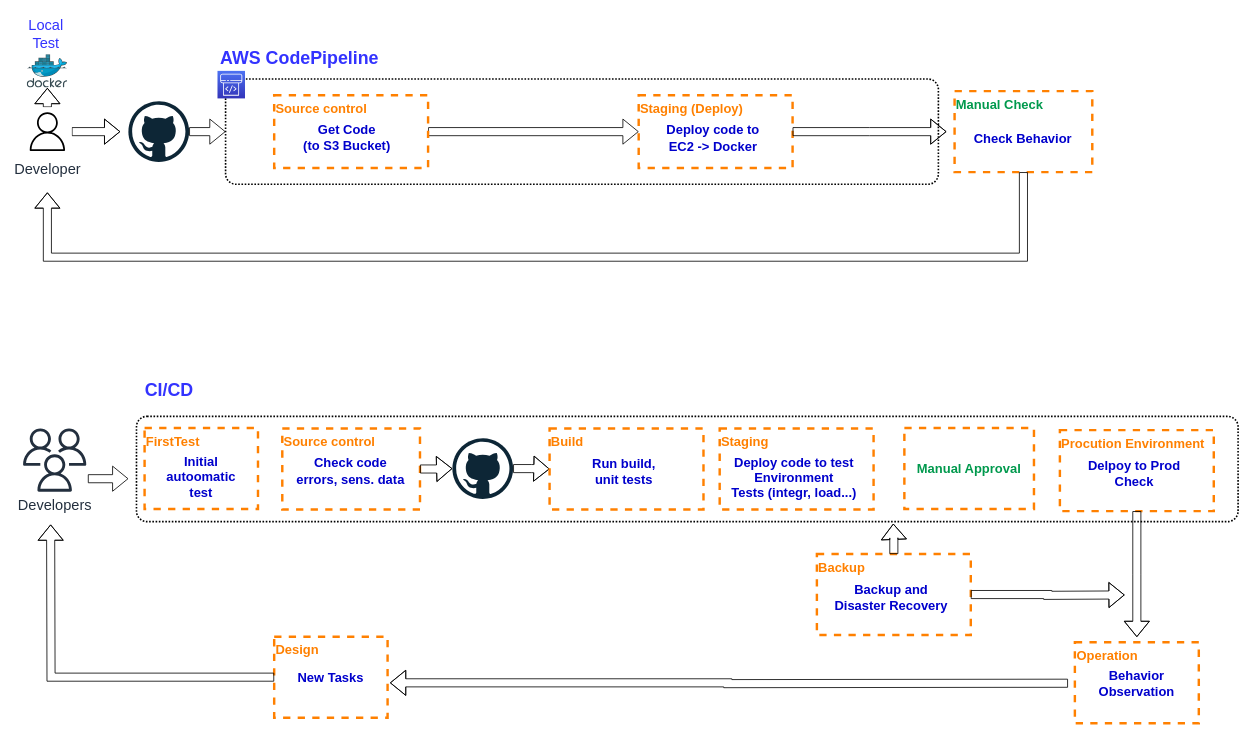
Earlier version of the draw.io diagram Schemes/Exam2 CI-CD.drawio (Vsevolod-Bro/Andersen-Exam). Source tidied: cells renumbered, new cells numbered last; positions are measured from the earlier drawing's top-left corner, leaving out a move shared by most shapes. Both pictures are drawn from the tidied source at 81%, with x=0, y=0 at pixel (21, 14).
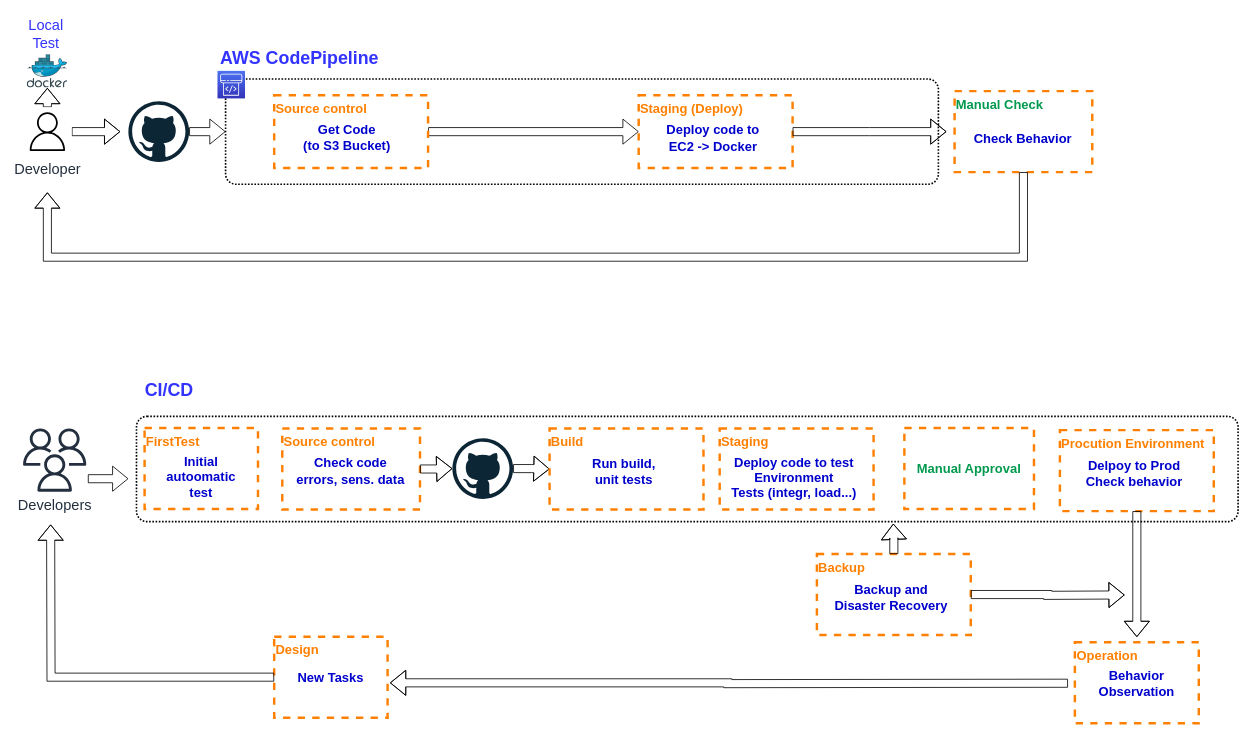
The same page after the edit.

The change refers to these unchanged cells:
```xml
<mxCell id="43" style="group;" parent="1" vertex="1">
  <mxGeometry x="1282" y="513.5" width="190" height="100" as="geometry" />
</mxCell>
```

Change to the diagram source:
```diff
@@
-    <mxCell id="45" value="Delpoy to Prod&lt;br&gt;Check" style="text;html=1;strokeColor=none;fillColor=none;align=center;verticalAlign=middle;whiteSpace=wrap;rounded=0;dashed=1;labelBorderColor=none;fontSize=16;fontStyle=1;fontColor=#0000CC;" parent="43" vertex="1">
+    <mxCell id="45" value="Delpoy to Prod&lt;br&gt;Check behavior" style="text;html=1;strokeColor=none;fillColor=none;align=center;verticalAlign=middle;whiteSpace=wrap;rounded=0;dashed=1;labelBorderColor=none;fontSize=16;fontStyle=1;fontColor=#0000CC;" parent="43" vertex="1">
       <mxGeometry x="12" y="43" width="160" height="20" as="geometry" />
     </mxCell>
```
